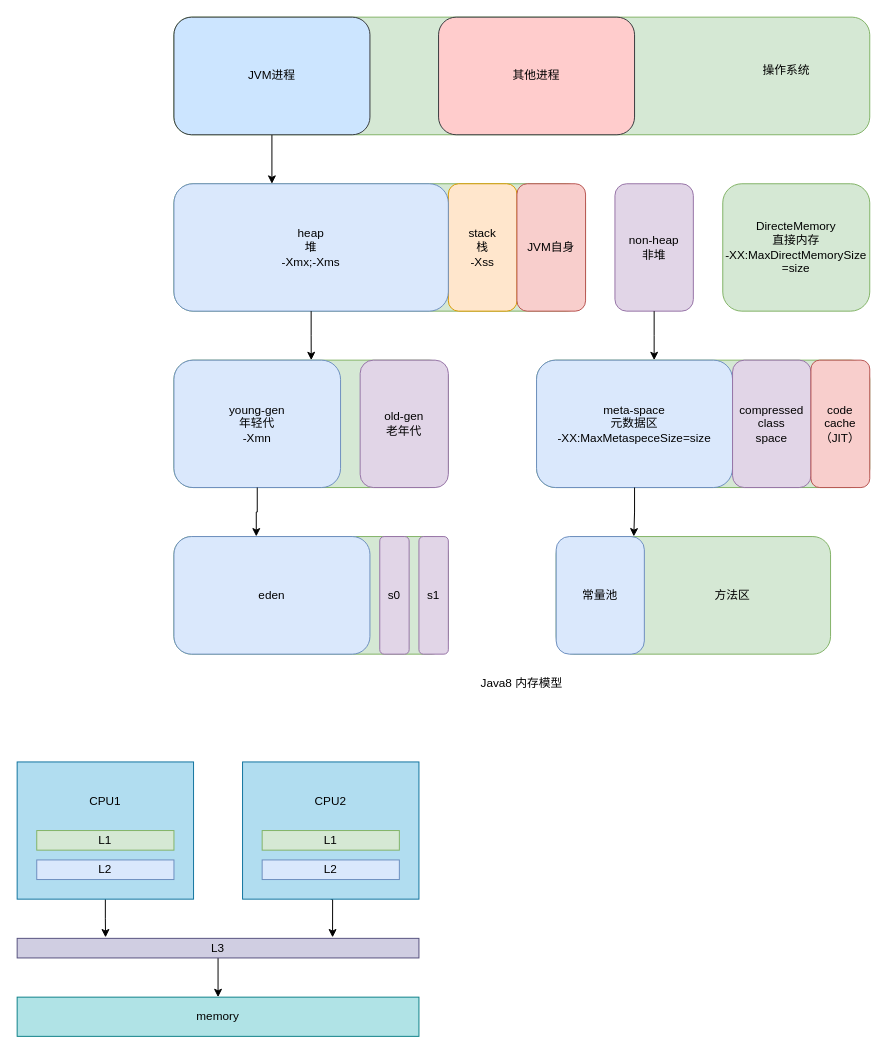
Before: JDK/JVM.drawio in oliverschen/draw.io, a draw.io diagram. Source tidied: cells renumbered, new cells numbered last; positions are measured from the earlier drawing's top-left corner, leaving out a move shared by most shapes. Both pictures are drawn from the tidied source at 98%, with x=0, y=0 at pixel (17, 17).
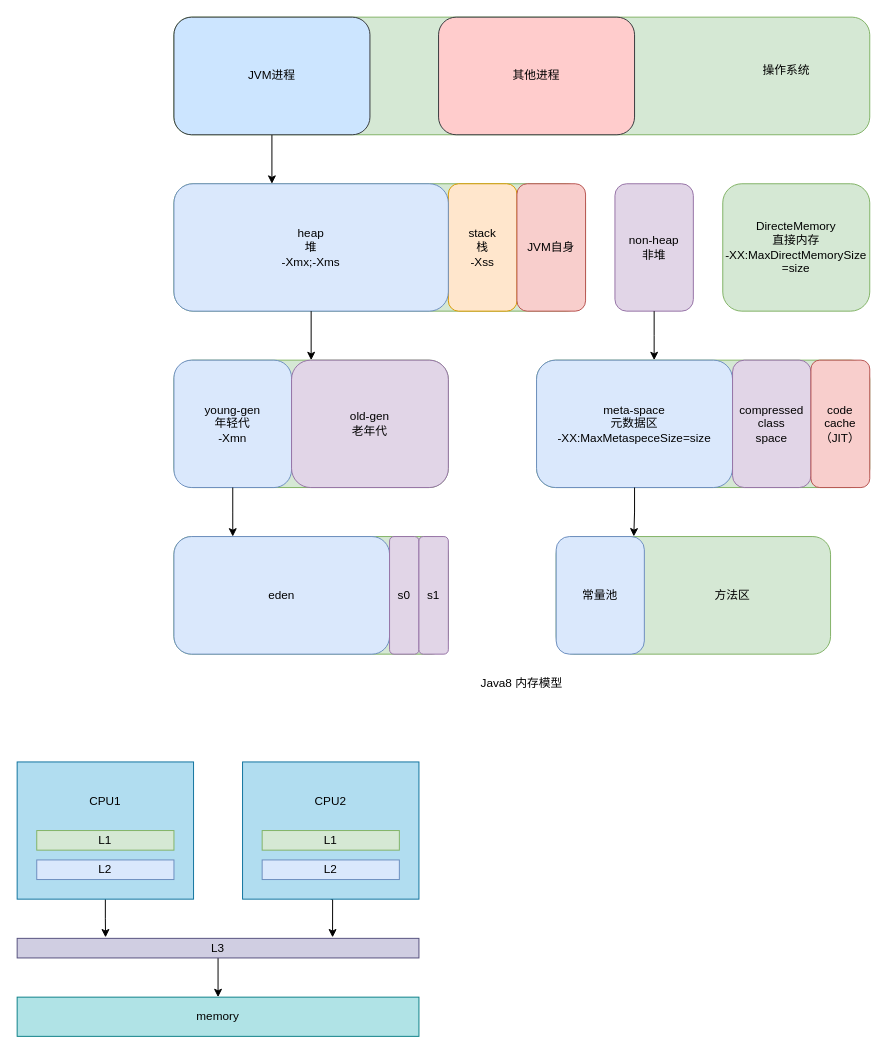
The same diagram, later.

Commit message:
老年代和年轻代比例修改

Unchanged cells that the change refers to:
```xml
<mxCell id="4" style="group;" parent="1" vertex="1">
  <mxGeometry x="160" width="710" height="700" as="geometry" />
</mxCell>
<mxCell id="14" value="heap&lt;br&gt;堆&lt;br&gt;-Xmx;-Xms" style="rounded=1;whiteSpace=wrap;html=1;fillColor=#dae8fc;strokeColor=#6c8ebf;" parent="4" vertex="1">
  <mxGeometry y="170" width="280" height="130" as="geometry" />
</mxCell>
<mxCell id="19" style="whiteSpace=wrap;html=1;rounded=1;strokeColor=#82b366;fillColor=#d5e8d4;" parent="4" vertex="1">
  <mxGeometry y="530" width="280" height="120" as="geometry" />
</mxCell>
```

The edit, as a diff of the source:
```diff
@@
     <mxCell id="16" value="young-gen&lt;br&gt;年轻代&lt;br&gt;-Xmn" style="rounded=1;whiteSpace=wrap;html=1;fillColor=#dae8fc;strokeColor=#6c8ebf;" parent="4" vertex="1">
-      <mxGeometry y="350" width="170" height="130" as="geometry" />
+      <mxGeometry y="350" width="120" height="130" as="geometry" />
     </mxCell>
-    <mxCell id="17" style="edgeStyle=orthogonalEdgeStyle;rounded=0;jettySize=auto;html=1;entryX=0.824;entryY=0;entryDx=0;entryDy=0;entryPerimeter=0;" parent="4" edge="1" source="14" target="16">
+    <mxCell id="17" style="edgeStyle=orthogonalEdgeStyle;rounded=0;jettySize=auto;html=1;entryX=0.125;entryY=0;entryDx=0;entryDy=0;entryPerimeter=0;" parent="4" edge="1" source="14" target="18">
       <mxGeometry relative="1" as="geometry" />
     </mxCell>
     <mxCell id="18" value="old-gen&lt;br&gt;老年代" style="rounded=1;whiteSpace=wrap;html=1;fillColor=#e1d5e7;strokeColor=#9673a6;" parent="4" vertex="1">
-      <mxGeometry x="190" y="350" width="90" height="130" as="geometry" />
+      <mxGeometry x="120" y="350" width="160" height="130" as="geometry" />
     </mxCell>
@@
-    <mxCell id="20" style="edgeStyle=orthogonalEdgeStyle;rounded=0;jettySize=auto;html=1;entryX=0.3;entryY=-0.001;entryDx=0;entryDy=0;entryPerimeter=0;" parent="4" edge="1" source="16" target="19">
-      <mxGeometry relative="1" as="geometry" />
+    <mxCell id="20" style="edgeStyle=orthogonalEdgeStyle;rounded=0;jettySize=auto;html=1;" parent="4" edge="1" source="16">
+      <mxGeometry relative="1" as="geometry">
+        <mxPoint x="60" y="530" as="targetPoint" />
+      </mxGeometry>
     </mxCell>
     <mxCell id="21" value="eden" style="rounded=1;whiteSpace=wrap;html=1;fillColor=#dae8fc;strokeColor=#6c8ebf;" parent="4" vertex="1">
-      <mxGeometry y="530" width="200" height="120" as="geometry" />
+      <mxGeometry y="530" width="220" height="120" as="geometry" />
     </mxCell>
     <mxCell id="22" value="s0" style="rounded=1;whiteSpace=wrap;html=1;fillColor=#e1d5e7;strokeColor=#9673a6;" parent="4" vertex="1">
-      <mxGeometry x="210" y="530" width="30" height="120" as="geometry" />
+      <mxGeometry x="220" y="530" width="30" height="120" as="geometry" />
     </mxCell>
```
